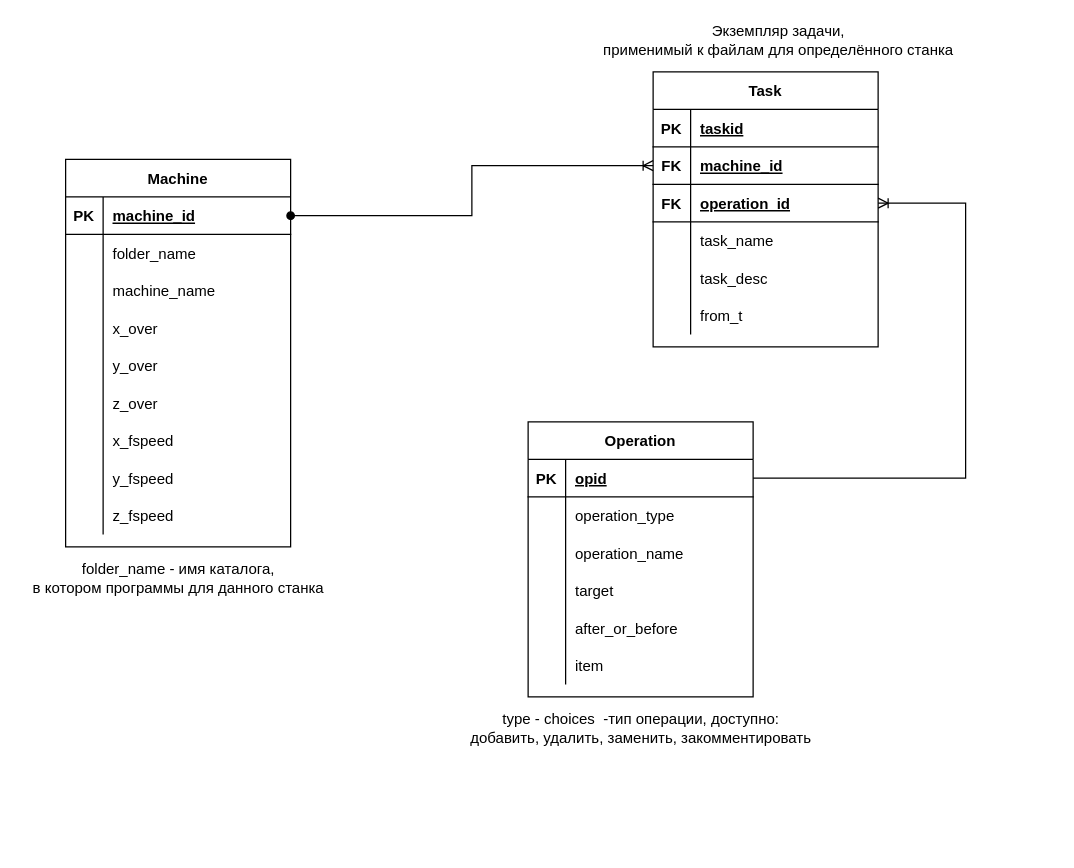
Above: docs/cnc_db.drawio in filthps/CNC-File-Parser (draw.io), before the change. Source tidied: cells renumbered, new cells numbered last; positions are measured from the earlier drawing's top-left corner, leaving out a move shared by most shapes. Both pictures are drawn from the tidied source at 125%, with x=0, y=0 at pixel (21, 21).
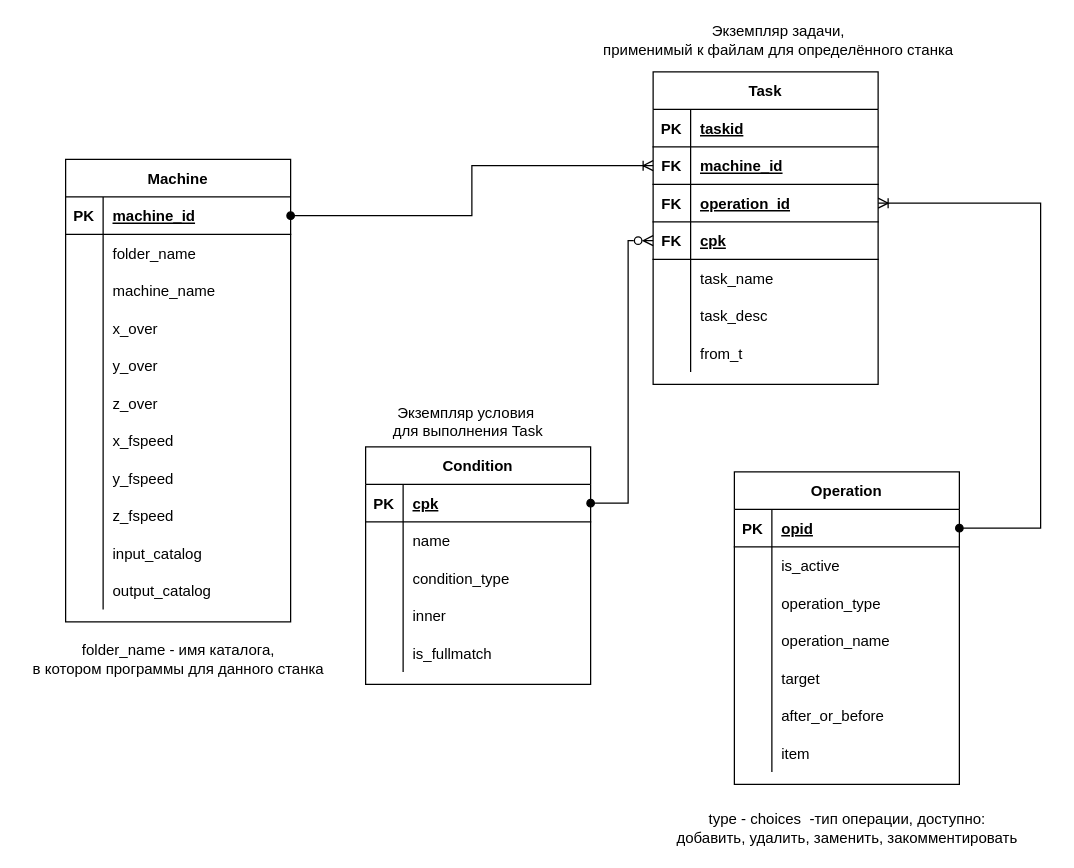
Above is the later version.

Commit message (it also covers changes not shown here):
Расширить базу даннÑÑых, реализовать авторизацию

Unchanged cells that the change refers to:
```xml
<mxCell id="3" style="shape=tableRow;horizontal=0;startSize=0;swimlaneHead=0;swimlaneBody=0;fillColor=none;points=[[0,0.5],[1,0.5]];portConstraint=eastwest;top=0;left=0;right=0;bottom=1;" parent="2" vertex="1">
  <mxGeometry y="30" width="180" height="30" as="geometry" />
</mxCell>
<mxCell id="31" style="shape=tableRow;horizontal=0;startSize=0;swimlaneHead=0;swimlaneBody=0;fillColor=none;points=[[0,0.5],[1,0.5]];portConstraint=eastwest;top=0;left=0;right=0;bottom=1;" parent="30" vertex="1">
  <mxGeometry y="30" width="180" height="30" as="geometry" />
</mxCell>
<mxCell id="53" style="shape=tableRow;horizontal=0;startSize=0;swimlaneHead=0;swimlaneBody=0;fillColor=none;points=[[0,0.5],[1,0.5]];portConstraint=eastwest;top=0;left=0;right=0;bottom=1;" parent="49" vertex="1">
  <mxGeometry y="60" width="180" height="30" as="geometry" />
</mxCell>
<mxCell id="56" style="shape=tableRow;horizontal=0;startSize=0;swimlaneHead=0;swimlaneBody=0;fillColor=none;points=[[0,0.5],[1,0.5]];portConstraint=eastwest;top=0;left=0;right=0;bottom=1;" parent="49" vertex="1">
  <mxGeometry y="90" width="180" height="30" as="geometry" />
</mxCell>
```

The edit, as a diff of the source:
```diff
@@
     <mxCell id="2" value="Machine" style="shape=table;startSize=30;childLayout=tableLayout;rowLines=0;fontStyle=1;align=center;" parent="1" vertex="1">
-      <mxGeometry x="35" y="110" width="180" height="310" as="geometry" />
+      <mxGeometry x="35" y="110" width="180" height="370" as="geometry" />
     </mxCell>
@@
+    <mxCell id="74" style="shape=tableRow;horizontal=0;startSize=0;swimlaneHead=0;swimlaneBody=0;fillColor=none;top=0;left=0;right=0;bottom=0;" parent="2" vertex="1">
+      <mxGeometry y="300" width="180" height="30" as="geometry" />
+    </mxCell>
+    <mxCell id="75" style="shape=partialRectangle;fillColor=none;top=0;left=0;bottom=0;right=0;overflow=hidden;" parent="74" vertex="1">
+      <mxGeometry width="30" height="30" as="geometry" />
+    </mxCell>
+    <mxCell id="76" value="input_catalog" style="shape=partialRectangle;fillColor=none;top=0;left=0;bottom=0;right=0;align=left;spacingLeft=6;overflow=hidden;" parent="74" vertex="1">
+      <mxGeometry x="30" width="150" height="30" as="geometry" />
+    </mxCell>
+    <mxCell id="77" style="shape=tableRow;horizontal=0;startSize=0;swimlaneHead=0;swimlaneBody=0;fillColor=none;top=0;left=0;right=0;bottom=0;" parent="2" vertex="1">
+      <mxGeometry y="330" width="180" height="30" as="geometry" />
+    </mxCell>
+    <mxCell id="78" style="shape=partialRectangle;fillColor=none;top=0;left=0;bottom=0;right=0;overflow=hidden;" parent="77" vertex="1">
+      <mxGeometry width="30" height="30" as="geometry" />
+    </mxCell>
+    <mxCell id="79" value="output_catalog" style="shape=partialRectangle;fillColor=none;top=0;left=0;bottom=0;right=0;align=left;spacingLeft=6;overflow=hidden;" parent="77" vertex="1">
+      <mxGeometry x="30" width="150" height="30" as="geometry" />
+    </mxCell>
     <mxCell id="30" value="Operation" style="shape=table;startSize=30;childLayout=tableLayout;rowLines=0;fontStyle=1;align=center;" parent="1" vertex="1">
-      <mxGeometry x="405" y="320" width="180" height="220" as="geometry" />
+      <mxGeometry x="570" y="360" width="180" height="250" as="geometry" />
     </mxCell>
@@
+    <mxCell id="80" style="shape=tableRow;horizontal=0;startSize=0;swimlaneHead=0;swimlaneBody=0;fillColor=none;top=0;left=0;right=0;bottom=0;" parent="30" vertex="1">
+      <mxGeometry y="60" width="180" height="30" as="geometry" />
+    </mxCell>
+    <mxCell id="81" style="shape=partialRectangle;fillColor=none;top=0;left=0;bottom=0;right=0;overflow=hidden;" parent="80" vertex="1">
+      <mxGeometry width="30" height="30" as="geometry" />
+    </mxCell>
+    <mxCell id="82" value="is_active" style="shape=partialRectangle;fillColor=none;top=0;left=0;bottom=0;right=0;align=left;spacingLeft=6;overflow=hidden;" parent="80" vertex="1">
+      <mxGeometry x="30" width="150" height="30" as="geometry" />
+    </mxCell>
     <mxCell id="34" style="shape=tableRow;horizontal=0;startSize=0;swimlaneHead=0;swimlaneBody=0;fillColor=none;top=0;left=0;right=0;bottom=0;" parent="30" vertex="1">
-      <mxGeometry y="60" width="180" height="30" as="geometry" />
+      <mxGeometry y="90" width="180" height="30" as="geometry" />
     </mxCell>
@@
     <mxCell id="37" style="shape=tableRow;horizontal=0;startSize=0;swimlaneHead=0;swimlaneBody=0;fillColor=none;top=0;left=0;right=0;bottom=0;" parent="30" vertex="1">
-      <mxGeometry y="90" width="180" height="30" as="geometry" />
+      <mxGeometry y="120" width="180" height="30" as="geometry" />
     </mxCell>
@@
     <mxCell id="40" style="shape=tableRow;horizontal=0;startSize=0;swimlaneHead=0;swimlaneBody=0;fillColor=none;top=0;left=0;right=0;bottom=0;" parent="30" vertex="1">
-      <mxGeometry y="120" width="180" height="30" as="geometry" />
+      <mxGeometry y="150" width="180" height="30" as="geometry" />
     </mxCell>
@@
     <mxCell id="43" style="shape=tableRow;horizontal=0;startSize=0;swimlaneHead=0;swimlaneBody=0;fillColor=none;top=0;left=0;right=0;bottom=0;" parent="30" vertex="1">
-      <mxGeometry y="150" width="180" height="30" as="geometry" />
+      <mxGeometry y="180" width="180" height="30" as="geometry" />
     </mxCell>
@@
     <mxCell id="46" style="shape=tableRow;horizontal=0;startSize=0;swimlaneHead=0;swimlaneBody=0;fillColor=none;top=0;left=0;right=0;bottom=0;" parent="30" vertex="1">
-      <mxGeometry y="180" width="180" height="30" as="geometry" />
+      <mxGeometry y="210" width="180" height="30" as="geometry" />
     </mxCell>
@@
     <mxCell id="49" value="Task" style="shape=table;startSize=30;childLayout=tableLayout;rowLines=0;fontStyle=1;align=center;" parent="1" vertex="1">
-      <mxGeometry x="505" y="40" width="180" height="220" as="geometry" />
+      <mxGeometry x="505" y="40" width="180" height="250" as="geometry" />
     </mxCell>
@@
+    <mxCell id="83" style="shape=tableRow;horizontal=0;startSize=0;swimlaneHead=0;swimlaneBody=0;fillColor=none;points=[[0,0.5],[1,0.5]];portConstraint=eastwest;top=0;left=0;right=0;bottom=1;" parent="49" vertex="1">
+      <mxGeometry y="120" width="180" height="30" as="geometry" />
+    </mxCell>
+    <mxCell id="84" value="FK" style="shape=partialRectangle;fillColor=none;top=0;left=0;bottom=0;right=0;fontStyle=1;overflow=hidden;" parent="83" vertex="1">
+      <mxGeometry width="30" height="30" as="geometry" />
+    </mxCell>
+    <mxCell id="85" value="cpk" style="shape=partialRectangle;fillColor=none;top=0;left=0;bottom=0;right=0;align=left;spacingLeft=6;fontStyle=5;overflow=hidden;" parent="83" vertex="1">
+      <mxGeometry x="30" width="150" height="30" as="geometry" />
+    </mxCell>
     <mxCell id="59" style="shape=tableRow;horizontal=0;startSize=0;swimlaneHead=0;swimlaneBody=0;fillColor=none;top=0;left=0;right=0;bottom=0;" parent="49" vertex="1">
-      <mxGeometry y="120" width="180" height="30" as="geometry" />
+      <mxGeometry y="150" width="180" height="30" as="geometry" />
     </mxCell>
@@
     <mxCell id="62" style="shape=tableRow;horizontal=0;startSize=0;swimlaneHead=0;swimlaneBody=0;fillColor=none;top=0;left=0;right=0;bottom=0;" parent="49" vertex="1">
-      <mxGeometry y="150" width="180" height="30" as="geometry" />
+      <mxGeometry y="180" width="180" height="30" as="geometry" />
     </mxCell>
@@
     <mxCell id="65" style="shape=tableRow;horizontal=0;startSize=0;swimlaneHead=0;swimlaneBody=0;fillColor=none;top=0;left=0;right=0;bottom=0;" parent="49" vertex="1">
-      <mxGeometry y="180" width="180" height="30" as="geometry" />
+      <mxGeometry y="210" width="180" height="30" as="geometry" />
     </mxCell>
@@
-    <mxCell id="69" style="edgeStyle=orthogonalEdgeStyle;rounded=0;jettySize=auto;html=1;exitX=1;exitY=0.5;exitDx=0;exitDy=0;entryX=0;entryY=0.5;entryDx=0;entryDy=0;endArrow=ERoneToMany;endFill=0;startArrow=oval;startFill=1;" parent="1" edge="1" source="3" target="53">
+    <mxCell id="69" style="edgeStyle=orthogonalEdgeStyle;rounded=0;jettySize=auto;html=1;exitX=1;exitY=0.5;exitDx=0;exitDy=0;endArrow=ERoneToMany;endFill=0;startArrow=oval;startFill=1;entryX=0;entryY=0.5;entryDx=0;entryDy=0;" parent="1" edge="1" source="3" target="53">
       <mxGeometry relative="1" as="geometry" />
     </mxCell>
     <mxCell id="70" value="&lt;span style=&quot;text-align: left;&quot;&gt;folder_name - имя каталога, &lt;br&gt;в котором программы для данного станка&lt;/span&gt;" style="text;html=1;align=center;verticalAlign=middle;strokeColor=none;fillColor=none;" parent="1" vertex="1">
-      <mxGeometry y="430" width="250" height="30" as="geometry" />
+      <mxGeometry y="495" width="250" height="30" as="geometry" />
     </mxCell>
     <mxCell id="71" value="type - choices&amp;nbsp; -тип операции, доступно:&lt;br&gt;добавить, удалить, заменить, закомментировать" style="text;html=1;align=center;verticalAlign=middle;strokeColor=none;fillColor=none;" parent="1" vertex="1">
-      <mxGeometry x="350" y="550" width="290" height="30" as="geometry" />
+      <mxGeometry x="515" y="630" width="290" height="30" as="geometry" />
     </mxCell>
-    <mxCell id="72" style="edgeStyle=orthogonalEdgeStyle;rounded=0;jettySize=auto;html=1;exitX=1;exitY=0.5;exitDx=0;exitDy=0;entryX=1;entryY=0.5;entryDx=0;entryDy=0;endArrow=ERoneToMany;endFill=0;" parent="1" edge="1" source="31" target="56">
+    <mxCell id="72" style="edgeStyle=orthogonalEdgeStyle;rounded=0;jettySize=auto;html=1;exitX=1;exitY=0.5;exitDx=0;exitDy=0;entryX=1;entryY=0.5;entryDx=0;entryDy=0;endArrow=ERoneToMany;endFill=0;startArrow=oval;startFill=1;" parent="1" edge="1" source="31" target="56">
       <mxGeometry relative="1" as="geometry">
         <Array as="points">
-          <mxPoint x="755" y="365" />
-          <mxPoint x="755" y="145" />
+          <mxPoint x="815" y="405" />
+          <mxPoint x="815" y="145" />
         </Array>
       </mxGeometry>
     </mxCell>
@@
+    <mxCell id="86" value="Condition" style="shape=table;startSize=30;childLayout=tableLayout;rowLines=0;fontStyle=1;align=center;" parent="1" vertex="1">
+      <mxGeometry x="275" y="340" width="180" height="190" as="geometry" />
+    </mxCell>
+    <mxCell id="87" style="shape=tableRow;horizontal=0;startSize=0;swimlaneHead=0;swimlaneBody=0;fillColor=none;points=[[0,0.5],[1,0.5]];portConstraint=eastwest;top=0;left=0;right=0;bottom=1;" parent="86" vertex="1">
+      <mxGeometry y="30" width="180" height="30" as="geometry" />
+    </mxCell>
+    <mxCell id="88" value="PK" style="shape=partialRectangle;fillColor=none;top=0;left=0;bottom=0;right=0;fontStyle=1;overflow=hidden;" parent="87" vertex="1">
+      <mxGeometry width="30" height="30" as="geometry" />
+    </mxCell>
+    <mxCell id="89" value="cpk" style="shape=partialRectangle;fillColor=none;top=0;left=0;bottom=0;right=0;align=left;spacingLeft=6;fontStyle=5;overflow=hidden;" parent="87" vertex="1">
+      <mxGeometry x="30" width="150" height="30" as="geometry" />
+    </mxCell>
+    <mxCell id="90" style="shape=tableRow;horizontal=0;startSize=0;swimlaneHead=0;swimlaneBody=0;fillColor=none;top=0;left=0;right=0;bottom=0;" parent="86" vertex="1">
+      <mxGeometry y="60" width="180" height="30" as="geometry" />
+    </mxCell>
+    <mxCell id="91" style="shape=partialRectangle;fillColor=none;top=0;left=0;bottom=0;right=0;overflow=hidden;" parent="90" vertex="1">
+      <mxGeometry width="30" height="30" as="geometry" />
+    </mxCell>
+    <mxCell id="92" value="name" style="shape=partialRectangle;fillColor=none;top=0;left=0;bottom=0;right=0;align=left;spacingLeft=6;overflow=hidden;" parent="90" vertex="1">
+      <mxGeometry x="30" width="150" height="30" as="geometry" />
+    </mxCell>
+    <mxCell id="93" style="shape=tableRow;horizontal=0;startSize=0;swimlaneHead=0;swimlaneBody=0;fillColor=none;top=0;left=0;right=0;bottom=0;" parent="86" vertex="1">
+      <mxGeometry y="90" width="180" height="30" as="geometry" />
+    </mxCell>
+    <mxCell id="94" style="shape=partialRectangle;fillColor=none;top=0;left=0;bottom=0;right=0;overflow=hidden;" parent="93" vertex="1">
+      <mxGeometry width="30" height="30" as="geometry" />
+    </mxCell>
+    <mxCell id="95" value="condition_type" style="shape=partialRectangle;fillColor=none;top=0;left=0;bottom=0;right=0;align=left;spacingLeft=6;overflow=hidden;" parent="93" vertex="1">
+      <mxGeometry x="30" width="150" height="30" as="geometry" />
+    </mxCell>
+    <mxCell id="96" style="shape=tableRow;horizontal=0;startSize=0;swimlaneHead=0;swimlaneBody=0;fillColor=none;top=0;left=0;right=0;bottom=0;" parent="86" vertex="1">
+      <mxGeometry y="120" width="180" height="30" as="geometry" />
+    </mxCell>
+    <mxCell id="97" style="shape=partialRectangle;fillColor=none;top=0;left=0;bottom=0;right=0;overflow=hidden;" parent="96" vertex="1">
+      <mxGeometry width="30" height="30" as="geometry" />
+    </mxCell>
+    <mxCell id="98" value="inner" style="shape=partialRectangle;fillColor=none;top=0;left=0;bottom=0;right=0;align=left;spacingLeft=6;overflow=hidden;" parent="96" vertex="1">
+      <mxGeometry x="30" width="150" height="30" as="geometry" />
+    </mxCell>
+    <mxCell id="99" style="shape=tableRow;horizontal=0;startSize=0;swimlaneHead=0;swimlaneBody=0;fillColor=none;top=0;left=0;right=0;bottom=0;" parent="86" vertex="1">
+      <mxGeometry y="150" width="180" height="30" as="geometry" />
+    </mxCell>
+    <mxCell id="100" style="shape=partialRectangle;fillColor=none;top=0;left=0;bottom=0;right=0;overflow=hidden;" parent="99" vertex="1">
+      <mxGeometry width="30" height="30" as="geometry" />
+    </mxCell>
+    <mxCell id="101" value="is_fullmatch" style="shape=partialRectangle;fillColor=none;top=0;left=0;bottom=0;right=0;align=left;spacingLeft=6;overflow=hidden;" parent="99" vertex="1">
+      <mxGeometry x="30" width="150" height="30" as="geometry" />
+    </mxCell>
+    <mxCell id="102" style="edgeStyle=orthogonalEdgeStyle;rounded=0;jettySize=auto;html=1;exitX=1;exitY=0.5;exitDx=0;exitDy=0;entryX=0;entryY=0.5;entryDx=0;entryDy=0;endArrow=ERzeroToMany;endFill=0;startArrow=oval;startFill=1;" parent="1" edge="1" source="87" target="83">
+      <mxGeometry relative="1" as="geometry">
+        <Array as="points">
+          <mxPoint x="485" y="385" />
+          <mxPoint x="485" y="175" />
+        </Array>
+      </mxGeometry>
+    </mxCell>
+    <mxCell id="103" value="Экземпляр условия&lt;br&gt;&amp;nbsp;для выполнения Task" style="text;html=1;align=center;verticalAlign=middle;strokeColor=none;fillColor=none;" parent="1" vertex="1">
+      <mxGeometry x="285" y="305" width="140" height="30" as="geometry" />
+    </mxCell>
```
